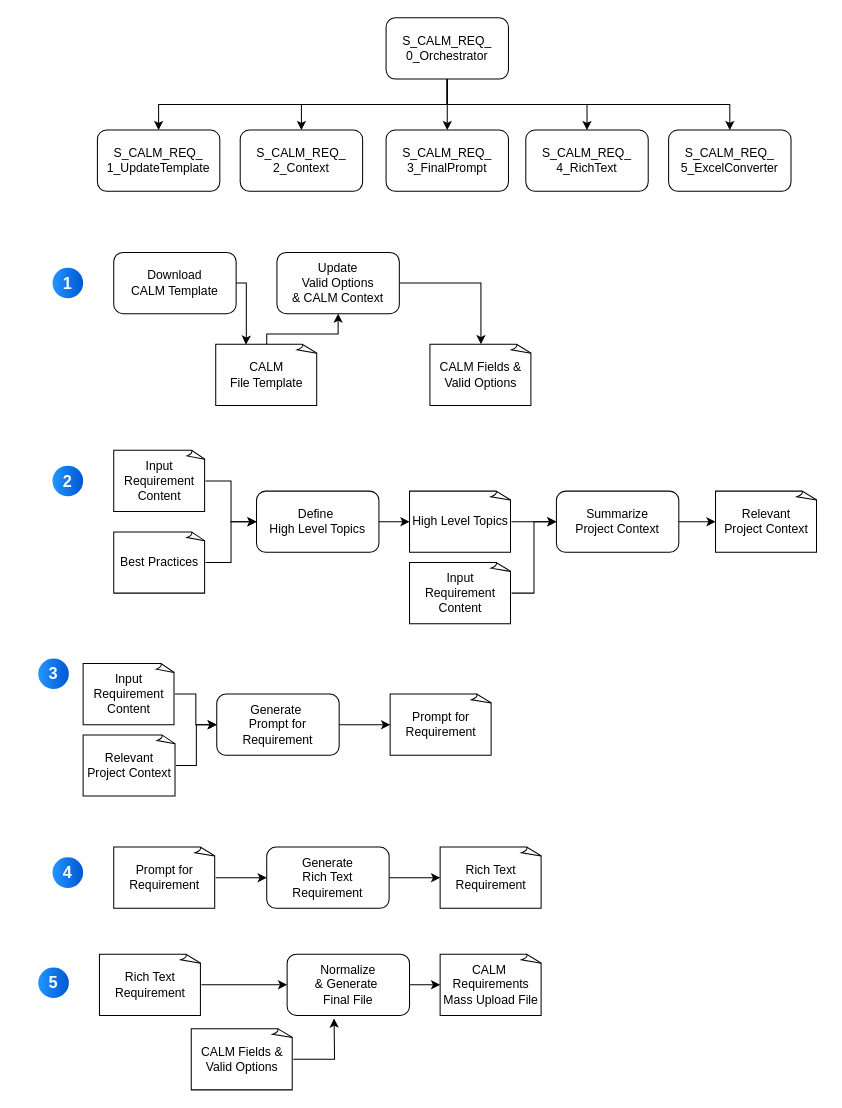
This is SKILL_CALM_MassUpload_Generator.drawio from SayMadness/Ludica, a draw.io file, before an edit. Source tidied: cells renumbered, new cells numbered last; positions are measured from the earlier drawing's top-left corner, leaving out a move shared by most shapes. Both pictures are drawn from the tidied source at 102%, with x=0, y=0 at pixel (38, 17).
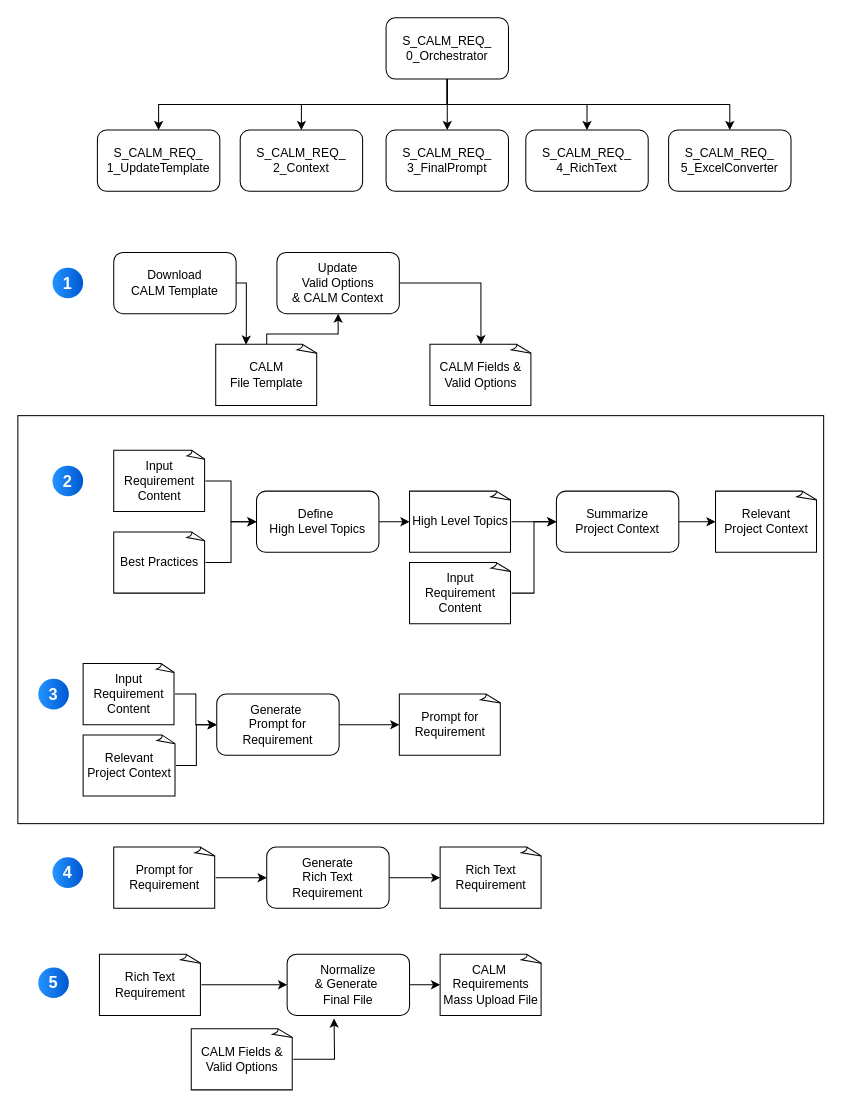
The same diagram, later.

Diff of the diagram source:
```diff
@@
+    <mxCell id="57" style="rounded=0;whiteSpace=wrap;html=1;" parent="1" vertex="1">
+      <mxGeometry x="-20" y="390" width="790" height="400" as="geometry" />
+    </mxCell>
@@
     <mxCell id="12" value="Prompt for Requirement" style="whiteSpace=wrap;html=1;shape=mxgraph.basic.document;" parent="1" vertex="1">
-      <mxGeometry x="345" y="663" width="100" height="60" as="geometry" />
+      <mxGeometry x="354" y="663" width="100" height="60" as="geometry" />
     </mxCell>
@@
     <mxCell id="24" value="3" style="ellipse;whiteSpace=wrap;html=1;rotation=0;gradientColor=#0057D2;strokeColor=none;gradientDirection=east;fillColor=#2395FF;rounded=0;fontFamily=Helvetica;fontSize=16;fontColor=#FFFFFF;spacingTop=4;spacingBottom=4;spacingLeft=4;spacingRight=4;fontStyle=1;" parent="1" vertex="1">
-      <mxGeometry y="628" width="30" height="30" as="geometry" />
+      <mxGeometry y="648" width="30" height="30" as="geometry" />
     </mxCell>
```
